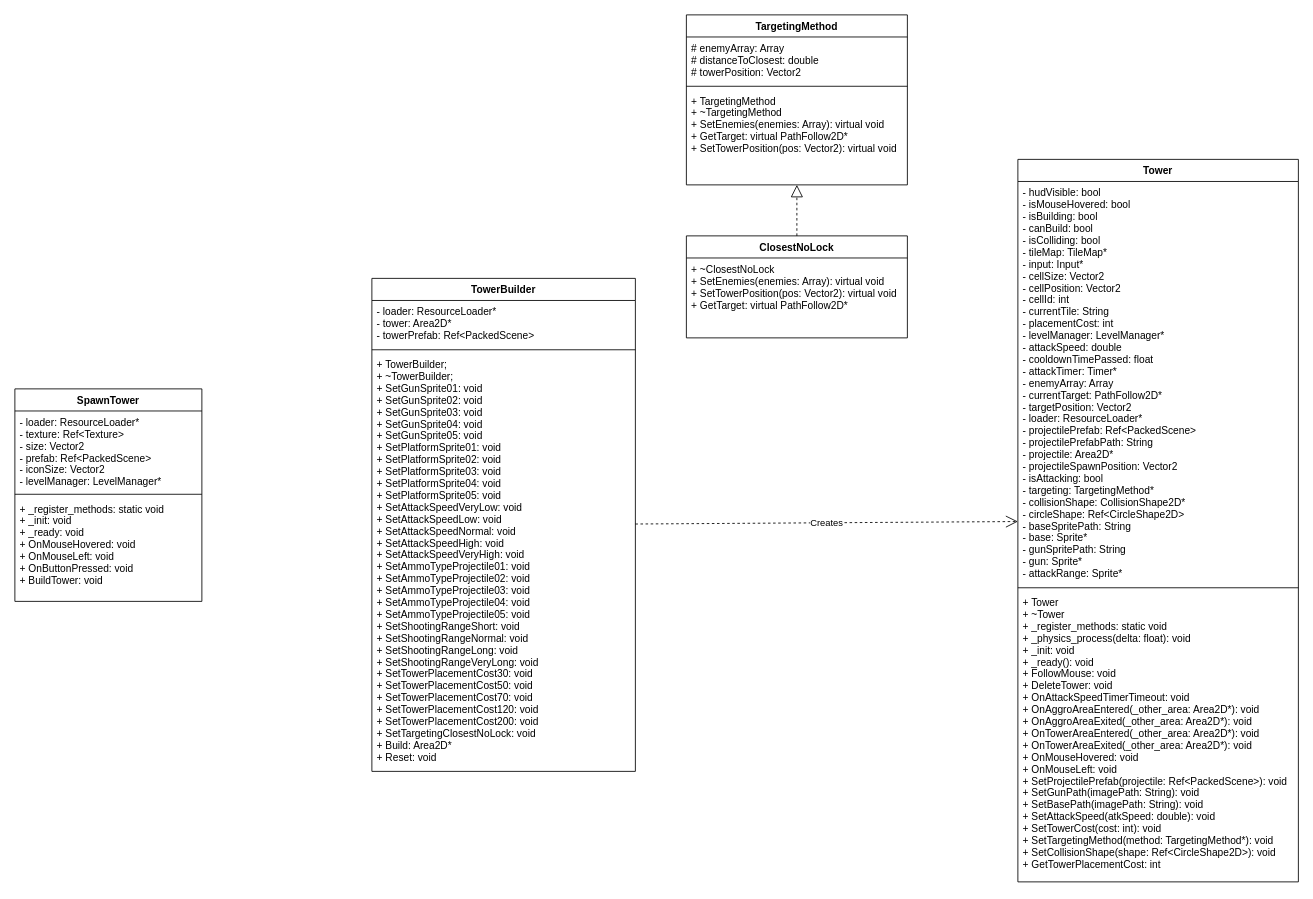
Before: page "Spawn Tower" (2 of 4) of UMLDiagram.drawio in foreboding-sky/RainbowLands, a draw.io diagram. Source tidied: cells renumbered, new cells numbered last; positions are measured from the earlier drawing's top-left corner, leaving out a move shared by most shapes. Both pictures are drawn from the tidied source at 85%, with x=0, y=0 at pixel (14, 14).
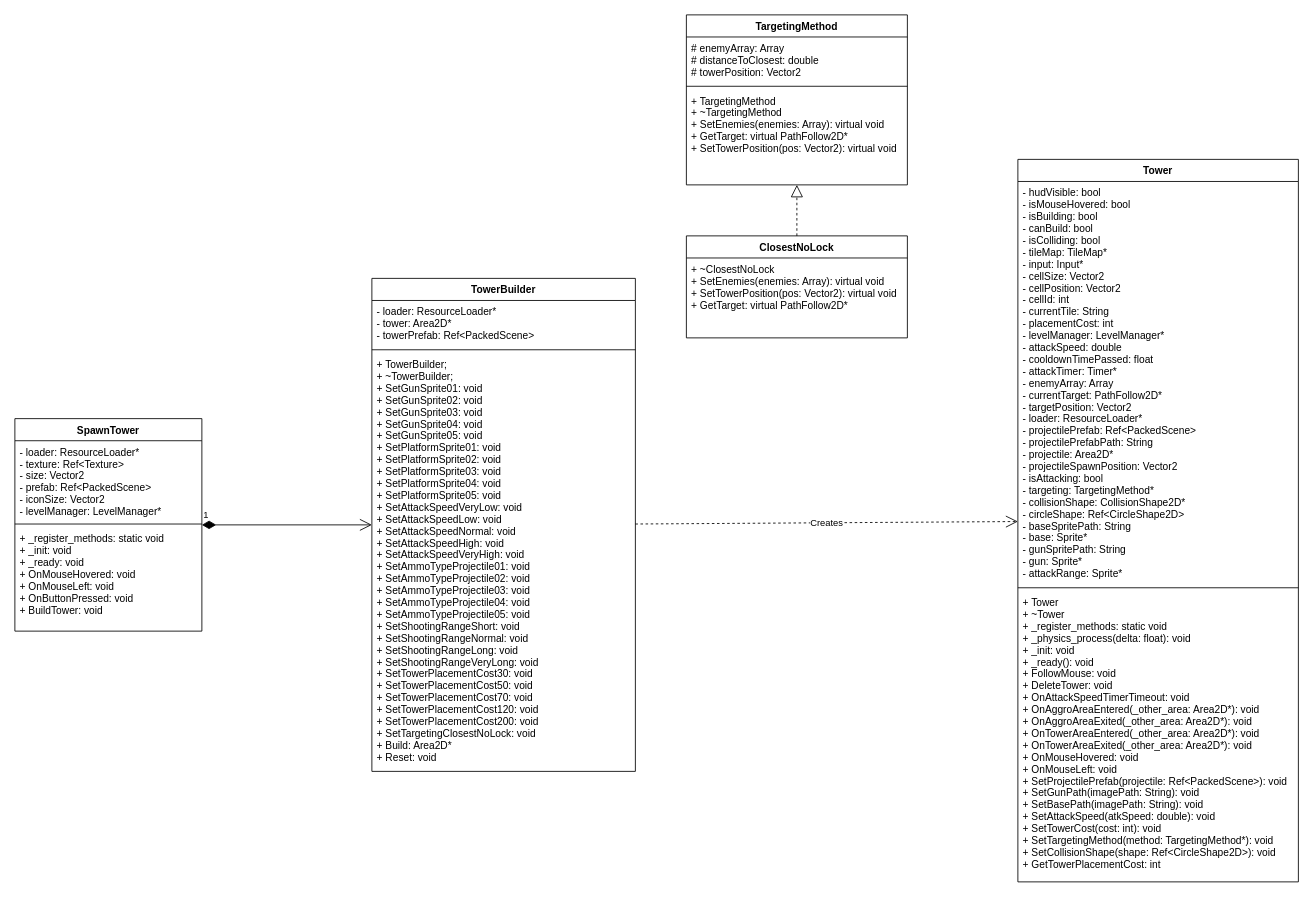
After the change.

The change refers to these unchanged cells:
```xml
<mxCell id="13" value="TowerBuilder" style="swimlane;fontStyle=1;align=center;verticalAlign=top;horizontal=1;startSize=26;" parent="1" vertex="1">
  <mxGeometry x="420" y="310" width="310" height="580" as="geometry" />
</mxCell>
```

Change to the diagram source:
```diff
@@
     <mxCell id="2" value="SpawnTower" style="swimlane;fontStyle=1;align=center;verticalAlign=top;horizontal=1;startSize=26;" parent="1" vertex="1">
-      <mxGeometry y="440" width="220" height="250" as="geometry" />
+      <mxGeometry y="475" width="220" height="250" as="geometry" />
     </mxCell>
@@
+    <mxCell id="22" value="1" style="endArrow=open;html=1;endSize=12;startArrow=diamondThin;startSize=14;startFill=1;edgeStyle=orthogonalEdgeStyle;align=left;verticalAlign=bottom;" parent="1" edge="1" source="2" target="13">
+      <mxGeometry x="-1" y="3" relative="1" as="geometry" />
+    </mxCell>
```
